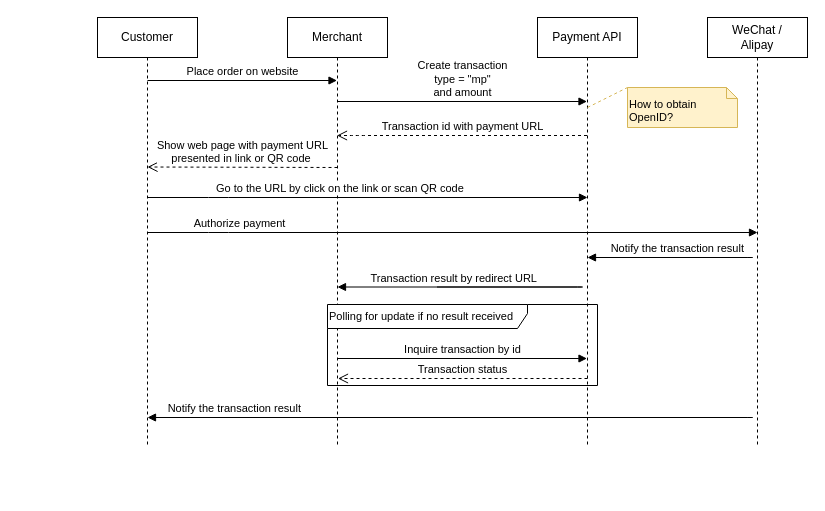
The draw.io diagram page "Public Account Payment" (3 of 4) of Payment Service.drawio in whalebig27/change-request-process-diagram, before the edit. Source tidied: cells renumbered, new cells numbered last; positions are measured from the earlier drawing's top-left corner, leaving out a move shared by most shapes. Both pictures are drawn from the tidied source at 100%, with x=0, y=0 at pixel (97, 17).
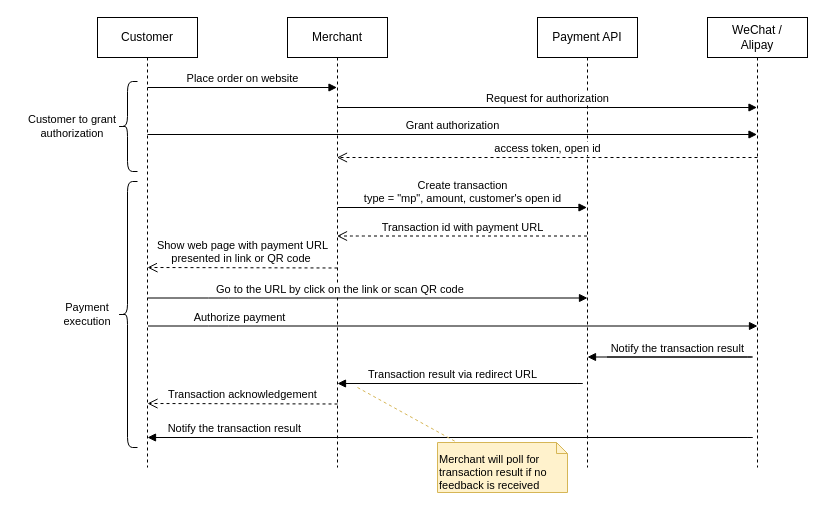
The same page after the edit.

The edit, as a diff of the source:
```diff
@@
     <mxCell id="2" value="Customer" style="shape=umlLifeline;perimeter=lifelinePerimeter;whiteSpace=wrap;html=1;" parent="1" vertex="1">
-      <mxGeometry width="100" height="430" as="geometry" />
+      <mxGeometry width="100" height="450" as="geometry" />
     </mxCell>
+    <mxCell id="20" style="shape=curlyBracket;whiteSpace=wrap;html=1;rounded=1;fontSize=11;align=left;" parent="2" vertex="1">
+      <mxGeometry x="20" y="64" width="20" height="90" as="geometry" />
+    </mxCell>
     <mxCell id="3" value="Merchant" style="shape=umlLifeline;perimeter=lifelinePerimeter;whiteSpace=wrap;html=1;" parent="1" vertex="1">
-      <mxGeometry x="190" width="100" height="430" as="geometry" />
+      <mxGeometry x="190" width="100" height="450" as="geometry" />
     </mxCell>
     <mxCell id="4" value="Payment API" style="shape=umlLifeline;perimeter=lifelinePerimeter;whiteSpace=wrap;html=1;" parent="1" vertex="1">
-      <mxGeometry x="440" width="100" height="430" as="geometry" />
+      <mxGeometry x="440" width="100" height="450" as="geometry" />
     </mxCell>
-    <mxCell id="5" value="Create transaction&lt;br&gt;type = &quot;mp&quot;&lt;br&gt;&amp;nbsp;and amount&amp;nbsp;&lt;br&gt;" style="html=1;verticalAlign=bottom;endArrow=block;" parent="1" edge="1">
+    <mxCell id="5" value="Create transaction&lt;br&gt;type = &quot;mp&quot;, amount, customer's open id&lt;br&gt;" style="html=1;verticalAlign=bottom;endArrow=block;" parent="1" edge="1">
       <mxGeometry relative="1" as="geometry">
-        <mxPoint x="240" y="84" as="sourcePoint" />
-        <mxPoint x="489.5" y="84" as="targetPoint" />
+        <mxPoint x="240" y="190" as="sourcePoint" />
+        <mxPoint x="489.5" y="190" as="targetPoint" />
         <Array as="points">
-          <mxPoint x="240" y="84" />
+          <mxPoint x="240" y="190" />
         </Array>
       </mxGeometry>
     </mxCell>
-    <mxCell id="6" value="Inquire transaction by id&lt;br&gt;" style="html=1;verticalAlign=bottom;endArrow=block;" parent="1" edge="1">
-      <mxGeometry relative="1" as="geometry">
-        <mxPoint x="240" y="341" as="sourcePoint" />
-        <mxPoint x="489.5" y="341" as="targetPoint" />
-        <Array as="points">
-          <mxPoint x="240" y="341" />
-        </Array>
-      </mxGeometry>
-    </mxCell>
-    <mxCell id="7" value="Transaction status" style="html=1;verticalAlign=bottom;endArrow=open;dashed=1;endSize=8;" parent="1" edge="1">
-      <mxGeometry relative="1" as="geometry">
-        <mxPoint x="490" y="361" as="sourcePoint" />
-        <mxPoint x="240.5" y="361" as="targetPoint" />
-      </mxGeometry>
-    </mxCell>
-    <mxCell id="8" value="How to obtain OpenID?" style="shape=note;whiteSpace=wrap;html=1;size=11;verticalAlign=top;align=left;spacingTop=4;fontSize=11;fillColor=#fff2cc;strokeColor=#d6b656;" parent="1" vertex="1">
-      <mxGeometry x="530" y="70" width="110" height="40" as="geometry" />
-    </mxCell>
-    <mxCell id="9" style="endArrow=none;dashed=1;html=1;fontSize=11;fillColor=#fff2cc;strokeColor=#d6b656;entryX=0;entryY=0;entryDx=0;entryDy=0;entryPerimeter=0;" parent="1" edge="1" target="8">
-      <mxGeometry relative="1" as="geometry">
-        <mxPoint x="490" y="90" as="sourcePoint" />
-      </mxGeometry>
-    </mxCell>
     <mxCell id="10" value="WeChat / &lt;br&gt;Alipay" style="shape=umlLifeline;perimeter=lifelinePerimeter;whiteSpace=wrap;html=1;" parent="1" vertex="1">
-      <mxGeometry x="610" width="100" height="430" as="geometry" />
+      <mxGeometry x="610" width="100" height="450" as="geometry" />
     </mxCell>
-    <mxCell id="11" value="Polling for update if no result received" style="shape=umlFrame;whiteSpace=wrap;html=1;width=200;height=24;fontSize=11;align=left;" parent="1" vertex="1">
-      <mxGeometry x="230" y="287" width="270" height="81" as="geometry" />
-    </mxCell>
     <mxCell id="12" value="Notify the transaction result&amp;nbsp;&lt;br&gt;" style="html=1;verticalAlign=bottom;endArrow=block;align=right;" parent="1" edge="1">
       <mxGeometry x="-0.77" relative="1" as="geometry">
-        <mxPoint x="69.5" y="400" as="sourcePoint" />
-        <mxPoint x="50" y="400" as="targetPoint" />
+        <mxPoint x="69.5" y="420" as="sourcePoint" />
+        <mxPoint x="50" y="420" as="targetPoint" />
         <Array as="points">
-          <mxPoint x="660" y="400" />
+          <mxPoint x="660" y="420" />
         </Array>
       </mxGeometry>
     </mxCell>
     <mxCell id="13" value="Place order on website&lt;br&gt;" style="html=1;verticalAlign=bottom;endArrow=block;" parent="1" edge="1">
       <mxGeometry relative="1" as="geometry">
-        <mxPoint x="50" y="63" as="sourcePoint" />
-        <mxPoint x="239.5" y="63" as="targetPoint" />
+        <mxPoint x="50" y="70" as="sourcePoint" />
+        <mxPoint x="239.5" y="70" as="targetPoint" />
         <Array as="points">
-          <mxPoint x="50" y="63" />
+          <mxPoint x="50" y="70" />
         </Array>
       </mxGeometry>
     </mxCell>
     <mxCell id="14" value="Show web page with&amp;nbsp;payment URL&lt;br&gt;presented in link or QR code&amp;nbsp;" style="html=1;verticalAlign=bottom;endArrow=open;dashed=1;endSize=8;" parent="1" edge="1">
       <mxGeometry relative="1" as="geometry">
-        <mxPoint x="240" y="150" as="sourcePoint" />
-        <mxPoint x="50" y="149.5" as="targetPoint" />
+        <mxPoint x="240" y="250.5" as="sourcePoint" />
+        <mxPoint x="50" y="250" as="targetPoint" />
       </mxGeometry>
     </mxCell>
     <mxCell id="15" value="Go to the URL by click on the link or scan QR code&lt;br&gt;" style="html=1;verticalAlign=bottom;endArrow=block;align=left;" parent="1" edge="1">
       <mxGeometry x="-0.7" relative="1" as="geometry">
-        <mxPoint x="50.5" y="180" as="sourcePoint" />
-        <mxPoint x="490" y="180" as="targetPoint" />
+        <mxPoint x="50.5" y="280.5" as="sourcePoint" />
+        <mxPoint x="490" y="280.5" as="targetPoint" />
         <Array as="points">
-          <mxPoint x="121" y="180" />
+          <mxPoint x="121" y="280.5" />
         </Array>
       </mxGeometry>
     </mxCell>
     <mxCell id="16" value="Transaction id with payment URL" style="html=1;verticalAlign=bottom;endArrow=open;dashed=1;endSize=8;" parent="1" edge="1">
       <mxGeometry relative="1" as="geometry">
-        <mxPoint x="489.5" y="118" as="sourcePoint" />
-        <mxPoint x="239.5" y="118" as="targetPoint" />
+        <mxPoint x="489.5" y="218.5" as="sourcePoint" />
+        <mxPoint x="239.5" y="218.5" as="targetPoint" />
         <Array as="points">
-          <mxPoint x="260" y="118" />
+          <mxPoint x="260" y="218.5" />
         </Array>
       </mxGeometry>
     </mxCell>
-    <mxCell id="17" value="Transaction result by redirect URL" style="html=1;verticalAlign=bottom;endArrow=block;align=right;" parent="1" edge="1">
+    <mxCell id="17" value="Transaction result via redirect URL" style="html=1;verticalAlign=bottom;endArrow=block;align=right;" parent="1" edge="1">
       <mxGeometry relative="1" as="geometry">
-        <mxPoint x="339.5" y="269.5" as="sourcePoint" />
-        <mxPoint x="240" y="269.5" as="targetPoint" />
+        <mxPoint x="339.5" y="366" as="sourcePoint" />
+        <mxPoint x="240" y="366" as="targetPoint" />
         <Array as="points">
-          <mxPoint x="490" y="269.5" />
+          <mxPoint x="490" y="366" />
         </Array>
       </mxGeometry>
     </mxCell>
     <mxCell id="18" value="Authorize payment&lt;br&gt;" style="html=1;verticalAlign=bottom;endArrow=block;" parent="1" edge="1">
       <mxGeometry x="-0.7" relative="1" as="geometry">
-        <mxPoint x="50.5" y="215" as="sourcePoint" />
-        <mxPoint x="660" y="215" as="targetPoint" />
+        <mxPoint x="50.5" y="308.5" as="sourcePoint" />
+        <mxPoint x="660" y="308.5" as="targetPoint" />
         <Array as="points">
-          <mxPoint x="121" y="215" />
+          <mxPoint x="121" y="308.5" />
         </Array>
       </mxGeometry>
     </mxCell>
     <mxCell id="19" value="Notify the transaction result&amp;nbsp;&lt;br&gt;" style="html=1;verticalAlign=bottom;endArrow=block;align=right;" parent="1" edge="1">
       <mxGeometry relative="1" as="geometry">
-        <mxPoint x="509.5" y="240" as="sourcePoint" />
-        <mxPoint x="490" y="240" as="targetPoint" />
+        <mxPoint x="509.5" y="339.5" as="sourcePoint" />
+        <mxPoint x="490" y="339.5" as="targetPoint" />
         <Array as="points">
-          <mxPoint x="660" y="240" />
+          <mxPoint x="660" y="339.5" />
         </Array>
       </mxGeometry>
     </mxCell>
+    <mxCell id="21" value="Request for authorization&lt;br&gt;" style="html=1;verticalAlign=bottom;endArrow=block;" parent="1" edge="1">
+      <mxGeometry relative="1" as="geometry">
+        <mxPoint x="240" y="90" as="sourcePoint" />
+        <mxPoint x="659.5" y="90" as="targetPoint" />
+        <Array as="points">
+          <mxPoint x="240" y="90" />
+        </Array>
+      </mxGeometry>
+    </mxCell>
+    <mxCell id="22" value="Grant authorization&lt;br&gt;" style="html=1;verticalAlign=bottom;endArrow=block;" parent="1" edge="1">
+      <mxGeometry relative="1" as="geometry">
+        <mxPoint x="50" y="117" as="sourcePoint" />
+        <mxPoint x="659.5" y="117" as="targetPoint" />
+        <Array as="points">
+          <mxPoint x="50" y="117" />
+        </Array>
+      </mxGeometry>
+    </mxCell>
+    <mxCell id="23" value="access token, open id" style="html=1;verticalAlign=bottom;endArrow=open;dashed=1;endSize=8;" parent="1" edge="1">
+      <mxGeometry relative="1" as="geometry">
+        <mxPoint x="660" y="140" as="sourcePoint" />
+        <mxPoint x="239.5" y="140" as="targetPoint" />
+        <Array as="points">
+          <mxPoint x="430.5" y="140" />
+        </Array>
+      </mxGeometry>
+    </mxCell>
+    <mxCell id="24" value="Merchant will poll for transaction result if no feedback is received" style="shape=note;whiteSpace=wrap;html=1;size=11;verticalAlign=top;align=left;spacingTop=4;fontSize=11;fillColor=#fff2cc;strokeColor=#d6b656;" parent="1" vertex="1">
+      <mxGeometry x="340" y="425" width="130" height="50" as="geometry" />
+    </mxCell>
+    <mxCell id="25" style="endArrow=none;dashed=1;html=1;fontSize=11;fillColor=#fff2cc;strokeColor=#d6b656;" parent="1" edge="1" target="24">
+      <mxGeometry relative="1" as="geometry">
+        <mxPoint x="260" y="370" as="sourcePoint" />
+      </mxGeometry>
+    </mxCell>
+    <mxCell id="26" value="Transaction acknowledgement" style="html=1;verticalAlign=bottom;endArrow=open;dashed=1;endSize=8;" parent="1" edge="1">
+      <mxGeometry relative="1" as="geometry">
+        <mxPoint x="240" y="386.5" as="sourcePoint" />
+        <mxPoint x="50" y="386" as="targetPoint" />
+      </mxGeometry>
+    </mxCell>
+    <mxCell id="27" style="shape=curlyBracket;whiteSpace=wrap;html=1;rounded=1;fontSize=11;align=left;" parent="1" vertex="1">
+      <mxGeometry x="20" y="164" width="20" height="266" as="geometry" />
+    </mxCell>
+    <mxCell id="28" value="Customer to grant authorization" style="text;html=1;strokeColor=none;fillColor=none;align=center;verticalAlign=middle;whiteSpace=wrap;rounded=0;fontSize=11;" parent="1" vertex="1">
+      <mxGeometry x="-80" y="88.5" width="110" height="41" as="geometry" />
+    </mxCell>
+    <mxCell id="29" value="Payment execution" style="text;html=1;strokeColor=none;fillColor=none;align=center;verticalAlign=middle;whiteSpace=wrap;rounded=0;fontSize=11;" parent="1" vertex="1">
+      <mxGeometry x="-50" y="276.5" width="80" height="41" as="geometry" />
+    </mxCell>
```
